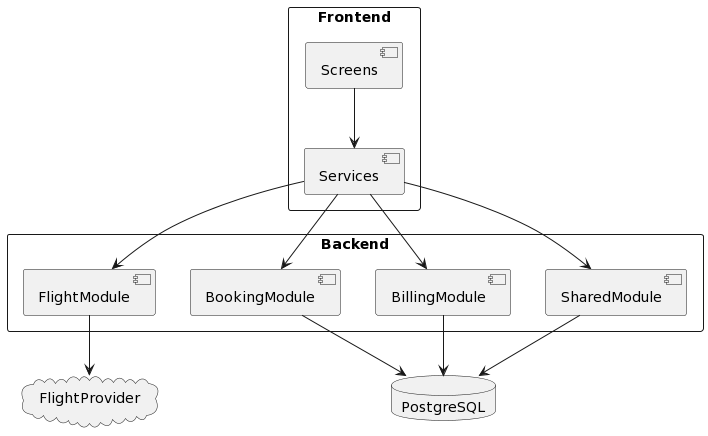
SebastianAbril/flights-app keeps this PlantUML diagram as docs/diagrams/Architecture.png. Above is the earlier version.
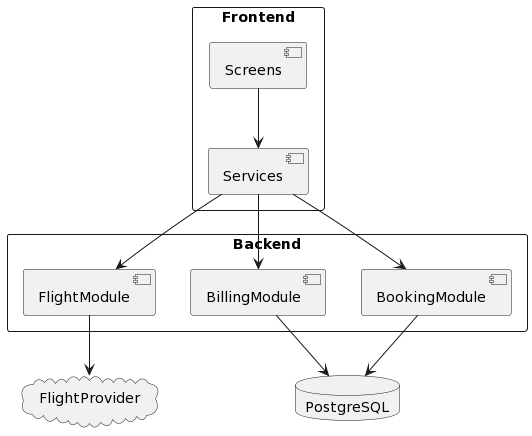
After the commit.

The edit, as a diff of the source:
```diff
@@ -8,7 +8,7 @@
     [FlightModule]
     [BillingModule]
     [BookingModule]
-    [SharedModule]
+
 }
 
 database PostgreSQL
@@ -18,10 +18,9 @@
 [Services] --> [FlightModule]
 [Services] --> [BillingModule]
 [Services] --> [BookingModule]
-[Services] --> [SharedModule]
+
 
 [FlightModule] --> FlightProvider
 [BillingModule] --> PostgreSQL
 [BookingModule] --> PostgreSQL
-[SharedModule] --> PostgreSQL
 @enduml
```
